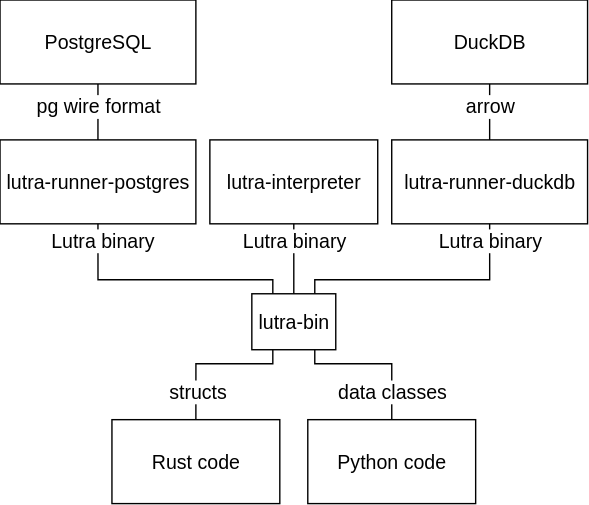
Above: website/docs/runner/data-format-flow.drawio.svg in aljazerzen/lutra (draw.io), before the change. Source tidied: cells renumbered, new cells last; positions are measured from the earlier drawing's top-left corner, leaving out a move shared by most shapes. Its diagram source:
```xml
<mxGraphModel>
  <root>
    <mxCell id="0" />
    <mxCell id="1" parent="0" />
    <mxCell id="2" style="edgeStyle=orthogonalEdgeStyle;rounded=0;jettySize=auto;html=1;endArrow=none;endFill=0;fontSize=14;" parent="1" edge="1" source="4" target="9">
      <mxGeometry relative="1" as="geometry" />
    </mxCell>
    <mxCell id="3" value="&amp;nbsp;pg wire format&amp;nbsp;" style="edgeLabel;html=1;align=center;verticalAlign=middle;labelBackgroundColor=light-dark(#FFFFFF,#202B38);fontSize=14;" parent="2" vertex="1">
      <mxGeometry x="-0.34" relative="1" as="geometry">
        <mxPoint y="3" as="offset" />
      </mxGeometry>
    </mxCell>
    <mxCell id="4" value="PostgreSQL" style="rounded=0;whiteSpace=wrap;html=1;fillColor=none;fontSize=14;" parent="1" vertex="1">
      <mxGeometry width="140" height="60" as="geometry" />
    </mxCell>
    <mxCell id="5" style="edgeStyle=orthogonalEdgeStyle;rounded=0;jettySize=auto;html=1;endArrow=none;endFill=0;exitX=0.75;exitY=1;exitDx=0;exitDy=0;fontSize=14;" parent="1" edge="1" source="13" target="10">
      <mxGeometry relative="1" as="geometry">
        <Array as="points">
          <mxPoint x="225" y="260" />
          <mxPoint x="280" y="260" />
        </Array>
      </mxGeometry>
    </mxCell>
    <mxCell id="6" value="&amp;nbsp;data classes&amp;nbsp;" style="edgeLabel;html=1;align=center;verticalAlign=middle;labelBackgroundColor=light-dark(#FFFFFF,#202B38);fontSize=14;" parent="5" vertex="1">
      <mxGeometry x="-0.26" relative="1" as="geometry">
        <mxPoint x="26" y="20" as="offset" />
      </mxGeometry>
    </mxCell>
    <mxCell id="7" style="edgeStyle=orthogonalEdgeStyle;rounded=0;jettySize=auto;html=1;entryX=0.25;entryY=0;entryDx=0;entryDy=0;endArrow=none;endFill=0;exitX=0.5;exitY=1;exitDx=0;exitDy=0;fontSize=14;" parent="1" edge="1" source="9" target="13">
      <mxGeometry relative="1" as="geometry">
        <Array as="points">
          <mxPoint x="70" y="200" />
          <mxPoint x="195" y="200" />
        </Array>
      </mxGeometry>
    </mxCell>
    <mxCell id="8" value="&amp;nbsp;Lutra binary&amp;nbsp;" style="edgeLabel;html=1;align=center;verticalAlign=middle;labelBackgroundColor=light-dark(#FFFFFF,#202B38);fontSize=14;" parent="7" vertex="1">
      <mxGeometry x="-0.35" relative="1" as="geometry">
        <mxPoint x="-14" y="-28" as="offset" />
      </mxGeometry>
    </mxCell>
    <mxCell id="9" value="lutra-runner-postgres" style="rounded=0;whiteSpace=wrap;html=1;fillColor=none;fontSize=14;" parent="1" vertex="1">
      <mxGeometry y="100" width="140" height="60" as="geometry" />
    </mxCell>
    <mxCell id="10" value="Python code" style="rounded=0;whiteSpace=wrap;html=1;fillColor=none;fontSize=14;" parent="1" vertex="1">
      <mxGeometry x="220" y="300" width="120" height="60" as="geometry" />
    </mxCell>
    <mxCell id="11" style="edgeStyle=orthogonalEdgeStyle;rounded=0;jettySize=auto;html=1;exitX=0.25;exitY=1;exitDx=0;exitDy=0;entryX=0.5;entryY=0;entryDx=0;entryDy=0;endArrow=none;endFill=0;fontSize=14;" parent="1" edge="1" source="13" target="20">
      <mxGeometry relative="1" as="geometry">
        <Array as="points">
          <mxPoint x="195" y="260" />
          <mxPoint x="140" y="260" />
        </Array>
      </mxGeometry>
    </mxCell>
    <mxCell id="12" value="&amp;nbsp;structs&amp;nbsp;" style="edgeLabel;html=1;align=center;verticalAlign=middle;labelBackgroundColor=light-dark(#FFFFFF,#202B38);fontSize=14;" parent="11" vertex="1">
      <mxGeometry x="-0.11" y="-2" relative="1" as="geometry">
        <mxPoint x="-18" y="22" as="offset" />
      </mxGeometry>
    </mxCell>
    <mxCell id="13" value="&lt;div&gt;lutra-bin&lt;/div&gt;" style="rounded=0;whiteSpace=wrap;html=1;fillColor=none;fontSize=14;" parent="1" vertex="1">
      <mxGeometry x="180" y="210" width="60" height="40" as="geometry" />
    </mxCell>
    <mxCell id="14" style="edgeStyle=orthogonalEdgeStyle;rounded=0;jettySize=auto;html=1;endArrow=none;endFill=0;fontSize=14;" parent="1" edge="1" source="16" target="19">
      <mxGeometry relative="1" as="geometry" />
    </mxCell>
    <mxCell id="15" value="&amp;nbsp;arrow&amp;nbsp;" style="edgeLabel;html=1;align=center;verticalAlign=middle;labelBackgroundColor=light-dark(#FFFFFF,#202B38);fontSize=14;" parent="14" vertex="1">
      <mxGeometry x="-0.34" relative="1" as="geometry">
        <mxPoint y="3" as="offset" />
      </mxGeometry>
    </mxCell>
    <mxCell id="16" value="DuckDB" style="rounded=0;whiteSpace=wrap;html=1;fillColor=none;fontSize=14;" parent="1" vertex="1">
      <mxGeometry x="280" width="140" height="60" as="geometry" />
    </mxCell>
    <mxCell id="17" style="edgeStyle=orthogonalEdgeStyle;rounded=0;jettySize=auto;html=1;entryX=0.75;entryY=0;entryDx=0;entryDy=0;endArrow=none;endFill=0;exitX=0.5;exitY=1;exitDx=0;exitDy=0;fontSize=14;" parent="1" edge="1" source="19" target="13">
      <mxGeometry relative="1" as="geometry">
        <Array as="points">
          <mxPoint x="350" y="200" />
          <mxPoint x="225" y="200" />
        </Array>
      </mxGeometry>
    </mxCell>
    <mxCell id="18" value="&amp;nbsp;Lutra binary&amp;nbsp;" style="edgeLabel;html=1;align=center;verticalAlign=middle;labelBackgroundColor=light-dark(#FFFFFF,#202B38);fontSize=14;" parent="17" vertex="1">
      <mxGeometry x="-0.63" relative="1" as="geometry">
        <mxPoint y="-21" as="offset" />
      </mxGeometry>
    </mxCell>
    <mxCell id="19" value="lutra-runner-duckdb" style="rounded=0;whiteSpace=wrap;html=1;fillColor=none;fontSize=14;" parent="1" vertex="1">
      <mxGeometry x="280" y="100" width="140" height="60" as="geometry" />
    </mxCell>
    <mxCell id="20" value="Rust code" style="rounded=0;whiteSpace=wrap;html=1;fillColor=none;fontSize=14;" parent="1" vertex="1">
      <mxGeometry x="80" y="300" width="120" height="60" as="geometry" />
    </mxCell>
    <mxCell id="21" style="edgeStyle=orthogonalEdgeStyle;rounded=0;jettySize=auto;html=1;entryX=0.5;entryY=0;entryDx=0;entryDy=0;endArrow=none;endFill=0;fontSize=14;" parent="1" edge="1" source="23" target="13">
      <mxGeometry relative="1" as="geometry" />
    </mxCell>
    <mxCell id="22" value="&amp;nbsp;Lutra binary&amp;nbsp;" style="edgeLabel;html=1;align=center;verticalAlign=middle;labelBackgroundColor=light-dark(#FFFFFF,#202B38);fontSize=14;" parent="21" vertex="1">
      <mxGeometry x="-0.09" relative="1" as="geometry">
        <mxPoint y="-11" as="offset" />
      </mxGeometry>
    </mxCell>
    <mxCell id="23" value="lutra-interpreter" style="rounded=0;whiteSpace=wrap;html=1;fillColor=none;fontSize=14;" parent="1" vertex="1">
      <mxGeometry x="150" y="100" width="120" height="60" as="geometry" />
    </mxCell>
  </root>
</mxGraphModel>
```
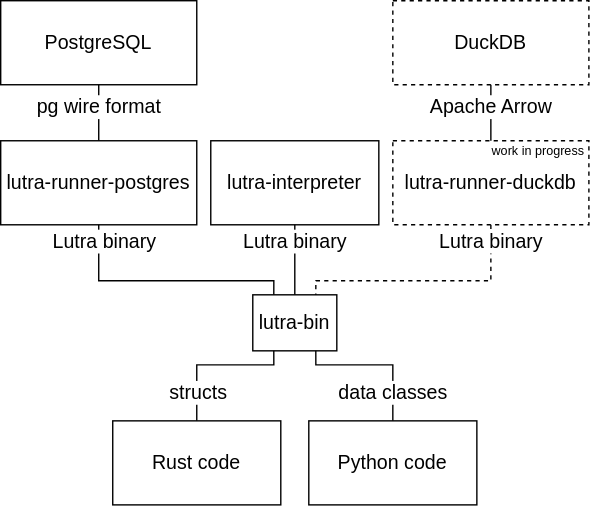
After the commit.

Commit message:
website: faq tuples, tweak a diagram

What changed in the source:
```diff
@@ -64,15 +64,15 @@
     <mxCell id="14" style="edgeStyle=orthogonalEdgeStyle;rounded=0;jettySize=auto;html=1;endArrow=none;endFill=0;fontSize=14;" parent="1" edge="1" source="16" target="19">
       <mxGeometry relative="1" as="geometry" />
     </mxCell>
-    <mxCell id="15" value="&amp;nbsp;arrow&amp;nbsp;" style="edgeLabel;html=1;align=center;verticalAlign=middle;labelBackgroundColor=light-dark(#FFFFFF,#202B38);fontSize=14;" parent="14" vertex="1">
+    <mxCell id="15" value="&amp;nbsp;Apache Arrow&amp;nbsp;" style="edgeLabel;html=1;align=center;verticalAlign=middle;labelBackgroundColor=light-dark(#FFFFFF,#202B38);fontSize=14;" parent="14" vertex="1">
       <mxGeometry x="-0.34" relative="1" as="geometry">
         <mxPoint y="3" as="offset" />
       </mxGeometry>
     </mxCell>
-    <mxCell id="16" value="DuckDB" style="rounded=0;whiteSpace=wrap;html=1;fillColor=none;fontSize=14;" parent="1" vertex="1">
+    <mxCell id="16" value="DuckDB" style="rounded=0;whiteSpace=wrap;html=1;fillColor=none;fontSize=14;dashed=1;" parent="1" vertex="1">
       <mxGeometry x="280" width="140" height="60" as="geometry" />
     </mxCell>
-    <mxCell id="17" style="edgeStyle=orthogonalEdgeStyle;rounded=0;jettySize=auto;html=1;entryX=0.75;entryY=0;entryDx=0;entryDy=0;endArrow=none;endFill=0;exitX=0.5;exitY=1;exitDx=0;exitDy=0;fontSize=14;" parent="1" edge="1" source="19" target="13">
+    <mxCell id="17" style="edgeStyle=orthogonalEdgeStyle;rounded=0;jettySize=auto;html=1;entryX=0.75;entryY=0;entryDx=0;entryDy=0;endArrow=none;endFill=0;exitX=0.5;exitY=1;exitDx=0;exitDy=0;fontSize=14;dashed=1;" parent="1" edge="1" source="19" target="13">
       <mxGeometry relative="1" as="geometry">
         <Array as="points">
           <mxPoint x="350" y="200" />
@@ -85,9 +85,6 @@
         <mxPoint y="-21" as="offset" />
       </mxGeometry>
     </mxCell>
-    <mxCell id="19" value="lutra-runner-duckdb" style="rounded=0;whiteSpace=wrap;html=1;fillColor=none;fontSize=14;" parent="1" vertex="1">
-      <mxGeometry x="280" y="100" width="140" height="60" as="geometry" />
-    </mxCell>
     <mxCell id="20" value="Rust code" style="rounded=0;whiteSpace=wrap;html=1;fillColor=none;fontSize=14;" parent="1" vertex="1">
       <mxGeometry x="80" y="300" width="120" height="60" as="geometry" />
     </mxCell>
@@ -102,5 +99,14 @@
     <mxCell id="23" value="lutra-interpreter" style="rounded=0;whiteSpace=wrap;html=1;fillColor=none;fontSize=14;" parent="1" vertex="1">
       <mxGeometry x="150" y="100" width="120" height="60" as="geometry" />
     </mxCell>
+    <mxCell id="24" style="group;" parent="1" vertex="1">
+      <mxGeometry x="280" y="100" width="140" height="60" as="geometry" />
+    </mxCell>
+    <mxCell id="25" value="work in progress" style="text;html=1;align=right;verticalAlign=top;whiteSpace=wrap;rounded=0;fontSize=9;spacing=3;spacingTop=-5;labelPosition=center;verticalLabelPosition=middle;" parent="24" vertex="1">
+      <mxGeometry width="140" height="60" as="geometry" />
+    </mxCell>
+    <mxCell id="19" value="lutra-runner-duckdb" style="rounded=0;whiteSpace=wrap;html=1;fillColor=none;fontSize=14;dashed=1;" parent="24" vertex="1">
+      <mxGeometry width="140" height="60" as="geometry" />
+    </mxCell>
   </root>
 </mxGraphModel>
```
